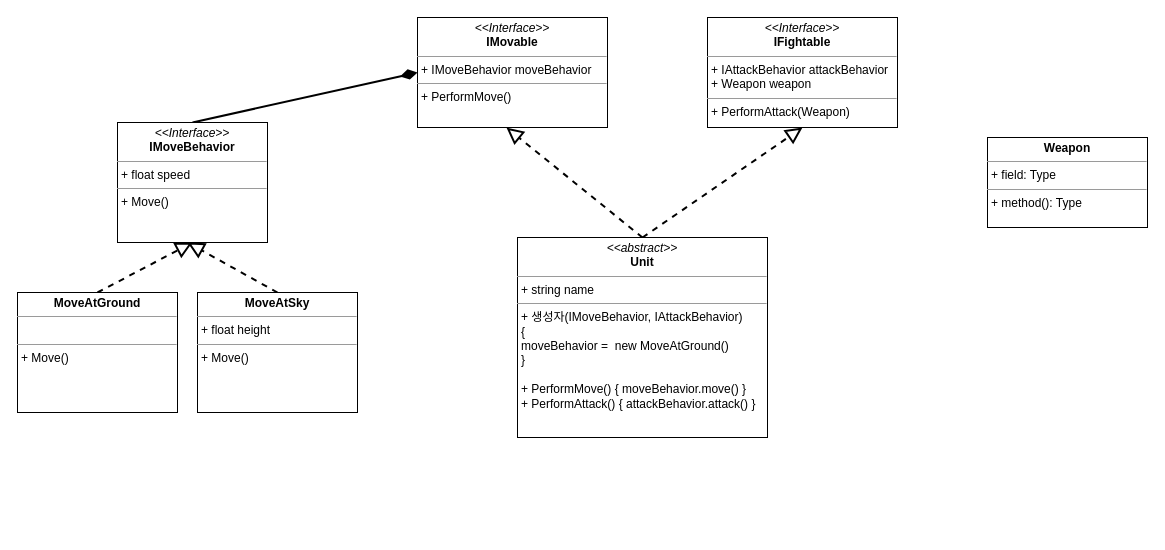
Before: ClassDiagram.drawio in mingyu243/Multi_RPG, a draw.io diagram. Source tidied: cells renumbered, new cells numbered last; positions are measured from the earlier drawing's top-left corner, leaving out a move shared by most shapes. Both pictures are drawn from the tidied source at 100%, with x=0, y=0 at pixel (17, 17).
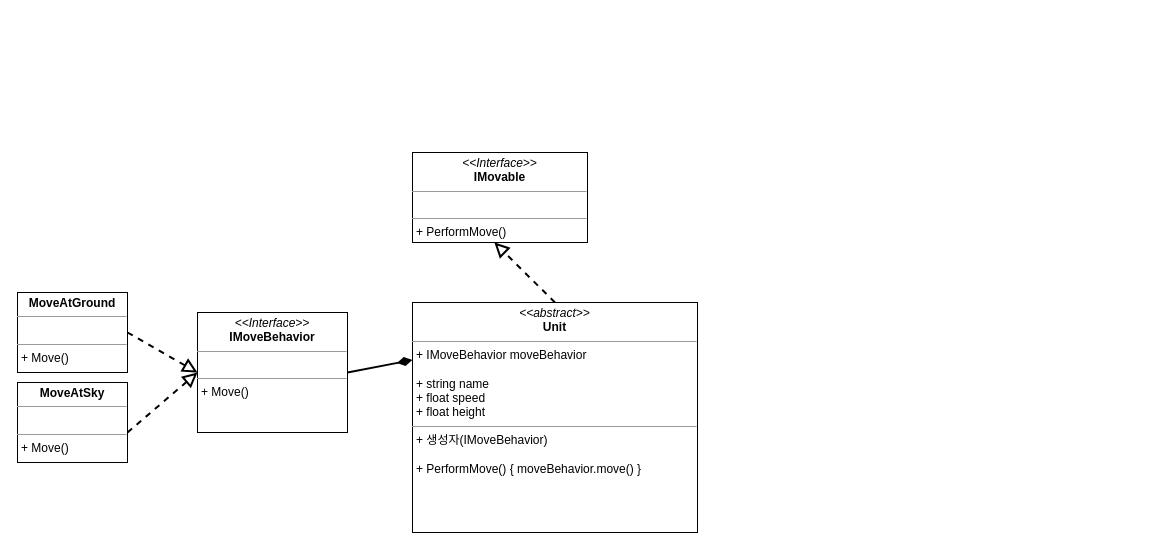
The same diagram, later.

Commit message:
ClassDiagram.drawio 업데이트 (스트레티지 패턴 적용해봤음)

Change to the diagram source:
```diff
@@
 <mxGraphModel>
   <root>
     <mxCell id="0" />
     <mxCell id="1" parent="0" />
-    <mxCell id="2" style="edgeStyle=none;rounded=0;jettySize=auto;html=1;exitX=0.5;exitY=0;exitDx=0;exitDy=0;entryX=0.468;entryY=1;entryDx=0;entryDy=0;entryPerimeter=0;dashed=1;endArrow=block;endFill=0;strokeWidth=2;endSize=12;startSize=6;" parent="1" edge="1" source="4" target="7">
-      <mxGeometry relative="1" as="geometry" />
-    </mxCell>
-    <mxCell id="3" style="edgeStyle=none;rounded=0;jettySize=auto;html=1;exitX=0.5;exitY=0;exitDx=0;exitDy=0;entryX=0.5;entryY=1;entryDx=0;entryDy=0;dashed=1;endArrow=block;endFill=0;strokeWidth=2;endSize=12;startSize=6;" parent="1" edge="1" source="4" target="6">
-      <mxGeometry relative="1" as="geometry" />
-    </mxCell>
-    <mxCell id="4" value="&lt;p style=&quot;margin: 0px ; margin-top: 4px ; text-align: center&quot;&gt;&lt;i&gt;&amp;lt;&amp;lt;abstract&amp;gt;&amp;gt;&lt;/i&gt;&lt;b&gt;&lt;br&gt;Unit&lt;/b&gt;&lt;/p&gt;&lt;hr size=&quot;1&quot;&gt;&lt;p style=&quot;margin: 0px ; margin-left: 4px&quot;&gt;+ string name&lt;/p&gt;&lt;hr size=&quot;1&quot;&gt;&lt;p style=&quot;margin: 0px ; margin-left: 4px&quot;&gt;+ 생성자(IMoveBehavior, IAttackBehavior)&lt;/p&gt;&lt;p style=&quot;margin: 0px ; margin-left: 4px&quot;&gt;{&amp;nbsp;&lt;/p&gt;&lt;p style=&quot;margin: 0px ; margin-left: 4px&quot;&gt;moveBehavior =&amp;nbsp; new MoveAtGround()&lt;/p&gt;&lt;p style=&quot;margin: 0px ; margin-left: 4px&quot;&gt;}&lt;/p&gt;&lt;p style=&quot;margin: 0px ; margin-left: 4px&quot;&gt;&lt;br&gt;&lt;/p&gt;&lt;p style=&quot;margin: 0px 0px 0px 4px&quot;&gt;+ PerformMove() {&amp;nbsp;&lt;span&gt;moveBehavior.move()&amp;nbsp;&lt;/span&gt;&lt;span&gt;}&lt;/span&gt;&lt;/p&gt;&lt;p style=&quot;margin: 0px 0px 0px 4px&quot;&gt;+ PerformAttack() { attackBehavior.attack() }&lt;/p&gt;" style="verticalAlign=top;align=left;overflow=fill;fontSize=12;fontFamily=Helvetica;html=1;" parent="1" vertex="1">
-      <mxGeometry x="500" y="220" width="250" height="200" as="geometry" />
-    </mxCell>
-    <mxCell id="5" value="&lt;p style=&quot;margin: 0px ; margin-top: 4px ; text-align: center&quot;&gt;&lt;b&gt;Weapon&lt;/b&gt;&lt;/p&gt;&lt;hr size=&quot;1&quot;&gt;&lt;p style=&quot;margin: 0px ; margin-left: 4px&quot;&gt;+ field: Type&lt;/p&gt;&lt;hr size=&quot;1&quot;&gt;&lt;p style=&quot;margin: 0px ; margin-left: 4px&quot;&gt;+ method(): Type&lt;/p&gt;" style="verticalAlign=top;align=left;overflow=fill;fontSize=12;fontFamily=Helvetica;html=1;" parent="1" vertex="1">
-      <mxGeometry x="970" y="120" width="160" height="90" as="geometry" />
-    </mxCell>
-    <mxCell id="6" value="&lt;p style=&quot;margin: 0px ; margin-top: 4px ; text-align: center&quot;&gt;&lt;i&gt;&amp;lt;&amp;lt;Interface&amp;gt;&amp;gt;&lt;/i&gt;&lt;br&gt;&lt;b&gt;IFightable&lt;/b&gt;&lt;/p&gt;&lt;hr size=&quot;1&quot;&gt;&lt;p style=&quot;margin: 0px ; margin-left: 4px&quot;&gt;+ IAttackBehavior attackBehavior&lt;br&gt;+ Weapon weapon&lt;/p&gt;&lt;hr size=&quot;1&quot;&gt;&lt;p style=&quot;margin: 0px ; margin-left: 4px&quot;&gt;+ PerformAttack(Weapon)&lt;/p&gt;" style="verticalAlign=top;align=left;overflow=fill;fontSize=12;fontFamily=Helvetica;html=1;" parent="1" vertex="1">
-      <mxGeometry x="690" width="190" height="110" as="geometry" />
-    </mxCell>
-    <mxCell id="7" value="&lt;p style=&quot;margin: 0px ; margin-top: 4px ; text-align: center&quot;&gt;&lt;i&gt;&amp;lt;&amp;lt;Interface&amp;gt;&amp;gt;&lt;/i&gt;&lt;br&gt;&lt;b&gt;IMovable&lt;/b&gt;&lt;/p&gt;&lt;hr size=&quot;1&quot;&gt;&lt;p style=&quot;margin: 0px ; margin-left: 4px&quot;&gt;+ IMoveBehavior moveBehavior&lt;br&gt;&lt;/p&gt;&lt;hr size=&quot;1&quot;&gt;&lt;p style=&quot;margin: 0px ; margin-left: 4px&quot;&gt;+ PerformMove()&lt;br&gt;&lt;/p&gt;" style="verticalAlign=top;align=left;overflow=fill;fontSize=12;fontFamily=Helvetica;html=1;" parent="1" vertex="1">
-      <mxGeometry x="400" width="190" height="110" as="geometry" />
-    </mxCell>
-    <mxCell id="8" style="edgeStyle=none;rounded=0;jettySize=auto;html=1;exitX=0.5;exitY=0;exitDx=0;exitDy=0;entryX=0;entryY=0.5;entryDx=0;entryDy=0;endArrow=diamondThin;endFill=1;strokeWidth=2;endSize=12;startSize=6;" parent="1" edge="1" source="9" target="7">
-      <mxGeometry relative="1" as="geometry" />
-    </mxCell>
-    <mxCell id="9" value="&lt;p style=&quot;margin: 0px ; margin-top: 4px ; text-align: center&quot;&gt;&lt;i&gt;&amp;lt;&amp;lt;Interface&amp;gt;&amp;gt;&lt;/i&gt;&lt;br&gt;&lt;b&gt;IMoveBehavior&lt;/b&gt;&lt;/p&gt;&lt;hr size=&quot;1&quot;&gt;&lt;p style=&quot;margin: 0px ; margin-left: 4px&quot;&gt;+ float speed&lt;br&gt;&lt;/p&gt;&lt;hr size=&quot;1&quot;&gt;&lt;p style=&quot;margin: 0px ; margin-left: 4px&quot;&gt;+ Move()&lt;/p&gt;" style="verticalAlign=top;align=left;overflow=fill;fontSize=12;fontFamily=Helvetica;html=1;" parent="1" vertex="1">
-      <mxGeometry x="100" y="105" width="150" height="120" as="geometry" />
-    </mxCell>
-    <mxCell id="10" style="edgeStyle=none;rounded=0;jettySize=auto;html=1;exitX=0.5;exitY=0;exitDx=0;exitDy=0;entryX=0.5;entryY=1;entryDx=0;entryDy=0;dashed=1;endArrow=block;endFill=0;strokeWidth=2;endSize=12;startSize=6;" parent="1" edge="1" source="11" target="9">
-      <mxGeometry relative="1" as="geometry" />
-    </mxCell>
+    <mxCell id="14" style="edgeStyle=none;rounded=0;jettySize=auto;html=1;exitX=0.5;exitY=0;exitDx=0;exitDy=0;entryX=0.468;entryY=1;entryDx=0;entryDy=0;entryPerimeter=0;dashed=1;endArrow=block;endFill=0;strokeWidth=2;endSize=10;startSize=6;" parent="1" edge="1" source="15" target="16">
+      <mxGeometry relative="1" as="geometry" />
+    </mxCell>
+    <mxCell id="15" value="&lt;p style=&quot;margin: 0px ; margin-top: 4px ; text-align: center&quot;&gt;&lt;i&gt;&amp;lt;&amp;lt;abstract&amp;gt;&amp;gt;&lt;/i&gt;&lt;b&gt;&lt;br&gt;Unit&lt;/b&gt;&lt;/p&gt;&lt;hr size=&quot;1&quot;&gt;&lt;p style=&quot;margin: 0px ; margin-left: 4px&quot;&gt;+ IMoveBehavior moveBehavior&lt;br&gt;&lt;br&gt;+ string name&lt;br&gt;+ float speed&lt;br&gt;&lt;/p&gt;&lt;p style=&quot;margin: 0px ; margin-left: 4px&quot;&gt;+ float height&lt;/p&gt;&lt;hr size=&quot;1&quot;&gt;&lt;p style=&quot;margin: 0px ; margin-left: 4px&quot;&gt;+ 생성자(IMoveBehavior)&lt;/p&gt;&lt;p style=&quot;margin: 0px ; margin-left: 4px&quot;&gt;&lt;br&gt;&lt;/p&gt;&lt;p style=&quot;margin: 0px 0px 0px 4px&quot;&gt;+ PerformMove() {&amp;nbsp;&lt;span&gt;moveBehavior.move()&amp;nbsp;&lt;/span&gt;&lt;span&gt;}&lt;/span&gt;&lt;/p&gt;" style="verticalAlign=top;align=left;overflow=fill;fontSize=12;fontFamily=Helvetica;html=1;" parent="1" vertex="1">
+      <mxGeometry x="395" y="285" width="285" height="230" as="geometry" />
+    </mxCell>
+    <mxCell id="16" value="&lt;p style=&quot;margin: 0px ; margin-top: 4px ; text-align: center&quot;&gt;&lt;i&gt;&amp;lt;&amp;lt;Interface&amp;gt;&amp;gt;&lt;/i&gt;&lt;br&gt;&lt;b&gt;IMovable&lt;/b&gt;&lt;/p&gt;&lt;hr size=&quot;1&quot;&gt;&lt;p style=&quot;margin: 0px ; margin-left: 4px&quot;&gt;&lt;br&gt;&lt;/p&gt;&lt;hr size=&quot;1&quot;&gt;&lt;p style=&quot;margin: 0px ; margin-left: 4px&quot;&gt;+ PerformMove()&lt;br&gt;&lt;/p&gt;" style="verticalAlign=top;align=left;overflow=fill;fontSize=12;fontFamily=Helvetica;html=1;" parent="1" vertex="1">
+      <mxGeometry x="395" y="135" width="175" height="90" as="geometry" />
+    </mxCell>
+    <mxCell id="17" style="edgeStyle=none;rounded=0;jettySize=auto;html=1;exitX=1;exitY=0.5;exitDx=0;exitDy=0;entryX=0;entryY=0.25;entryDx=0;entryDy=0;endArrow=diamondThin;endFill=1;strokeWidth=2;endSize=10;startSize=6;" parent="1" edge="1" source="18" target="15">
+      <mxGeometry relative="1" as="geometry" />
+    </mxCell>
+    <mxCell id="18" value="&lt;p style=&quot;margin: 0px ; margin-top: 4px ; text-align: center&quot;&gt;&lt;i&gt;&amp;lt;&amp;lt;Interface&amp;gt;&amp;gt;&lt;/i&gt;&lt;br&gt;&lt;b&gt;IMoveBehavior&lt;/b&gt;&lt;/p&gt;&lt;hr size=&quot;1&quot;&gt;&lt;p style=&quot;margin: 0px ; margin-left: 4px&quot;&gt;&lt;br&gt;&lt;/p&gt;&lt;hr size=&quot;1&quot;&gt;&lt;p style=&quot;margin: 0px ; margin-left: 4px&quot;&gt;+ Move()&lt;/p&gt;" style="verticalAlign=top;align=left;overflow=fill;fontSize=12;fontFamily=Helvetica;html=1;" parent="1" vertex="1">
+      <mxGeometry x="180" y="295" width="150" height="120" as="geometry" />
+    </mxCell>
+    <mxCell id="19" style="edgeStyle=none;rounded=0;jettySize=auto;html=1;exitX=1;exitY=0.5;exitDx=0;exitDy=0;entryX=0;entryY=0.5;entryDx=0;entryDy=0;dashed=1;endArrow=block;endFill=0;strokeWidth=2;endSize=10;startSize=6;" parent="1" edge="1" source="11" target="18">
+      <mxGeometry relative="1" as="geometry" />
+    </mxCell>
-    <mxCell id="11" value="&lt;p style=&quot;margin: 0px ; margin-top: 4px ; text-align: center&quot;&gt;&lt;b&gt;MoveAtGround&lt;/b&gt;&lt;/p&gt;&lt;hr size=&quot;1&quot;&gt;&lt;p style=&quot;margin: 0px ; margin-left: 4px&quot;&gt;&lt;br&gt;&lt;/p&gt;&lt;hr size=&quot;1&quot;&gt;&lt;p style=&quot;margin: 0px ; margin-left: 4px&quot;&gt;+ Move()&lt;/p&gt;" style="verticalAlign=top;align=left;overflow=fill;fontSize=12;fontFamily=Helvetica;html=1;" parent="1" vertex="1">
-      <mxGeometry y="275" width="160" height="120" as="geometry" />
+    <mxCell id="11" value="&lt;p style=&quot;margin: 0px ; margin-top: 4px ; text-align: center&quot;&gt;&lt;b&gt;MoveAtGround&lt;/b&gt;&lt;/p&gt;&lt;hr size=&quot;1&quot;&gt;&lt;p style=&quot;margin: 0px ; margin-left: 4px&quot;&gt;&lt;br&gt;&lt;/p&gt;&lt;hr size=&quot;1&quot;&gt;&lt;p style=&quot;margin: 0px ; margin-left: 4px&quot;&gt;+ &lt;span&gt;Move()&lt;/span&gt;&lt;/p&gt;" style="verticalAlign=top;align=left;overflow=fill;fontSize=12;fontFamily=Helvetica;html=1;" parent="1" vertex="1">
+      <mxGeometry y="275" width="110" height="80" as="geometry" />
     </mxCell>
-    <mxCell id="12" style="edgeStyle=none;rounded=0;jettySize=auto;html=1;exitX=0.5;exitY=0;exitDx=0;exitDy=0;dashed=1;endArrow=block;endFill=0;strokeWidth=2;endSize=12;startSize=6;" parent="1" edge="1" source="13">
-      <mxGeometry relative="1" as="geometry">
-        <mxPoint x="170" y="225" as="targetPoint" />
-      </mxGeometry>
-    </mxCell>
-    <mxCell id="13" value="&lt;p style=&quot;margin: 0px ; margin-top: 4px ; text-align: center&quot;&gt;&lt;b&gt;MoveAtSky&lt;/b&gt;&lt;/p&gt;&lt;hr size=&quot;1&quot;&gt;&lt;p style=&quot;margin: 0px ; margin-left: 4px&quot;&gt;+ float height&lt;/p&gt;&lt;hr size=&quot;1&quot;&gt;&lt;p style=&quot;margin: 0px ; margin-left: 4px&quot;&gt;+ Move()&lt;/p&gt;" style="verticalAlign=top;align=left;overflow=fill;fontSize=12;fontFamily=Helvetica;html=1;" parent="1" vertex="1">
-      <mxGeometry x="180" y="275" width="160" height="120" as="geometry" />
-    </mxCell>
+    <mxCell id="20" style="edgeStyle=none;rounded=0;jettySize=auto;html=1;exitX=1;exitY=0.5;exitDx=0;exitDy=0;dashed=1;endArrow=block;endFill=0;strokeWidth=2;endSize=10;startSize=6;entryX=0;entryY=0.5;entryDx=0;entryDy=0;" parent="1" edge="1" target="18">
+      <mxGeometry relative="1" as="geometry">
+        <mxPoint x="110" y="415" as="sourcePoint" />
+      </mxGeometry>
+    </mxCell>
+    <mxCell id="21" value="&lt;p style=&quot;margin: 0px ; margin-top: 4px ; text-align: center&quot;&gt;&lt;b&gt;MoveAtSky&lt;/b&gt;&lt;/p&gt;&lt;hr size=&quot;1&quot;&gt;&lt;p style=&quot;margin: 0px ; margin-left: 4px&quot;&gt;&lt;br&gt;&lt;/p&gt;&lt;hr size=&quot;1&quot;&gt;&lt;p style=&quot;margin: 0px ; margin-left: 4px&quot;&gt;+ Move()&lt;/p&gt;" style="verticalAlign=top;align=left;overflow=fill;fontSize=12;fontFamily=Helvetica;html=1;" parent="1" vertex="1">
+      <mxGeometry y="365" width="110" height="80" as="geometry" />
+    </mxCell>
   </root>
 </mxGraphModel>
```
